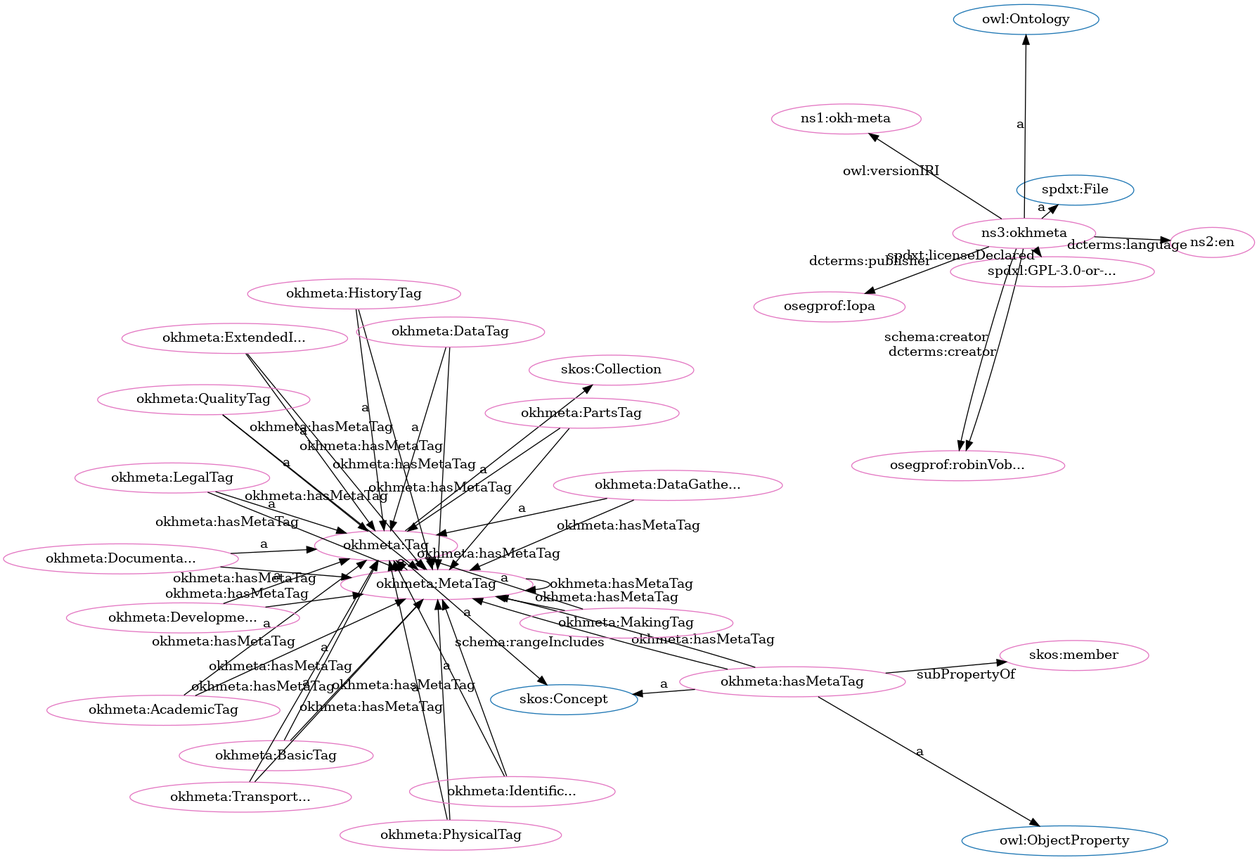
The Graphviz diagram src/spec/fdp_okh-meta.png in iop-alliance/OpenKnowHow, before a commit. Its source is kept beside it as src/spec/fdp_okh-meta.dot.
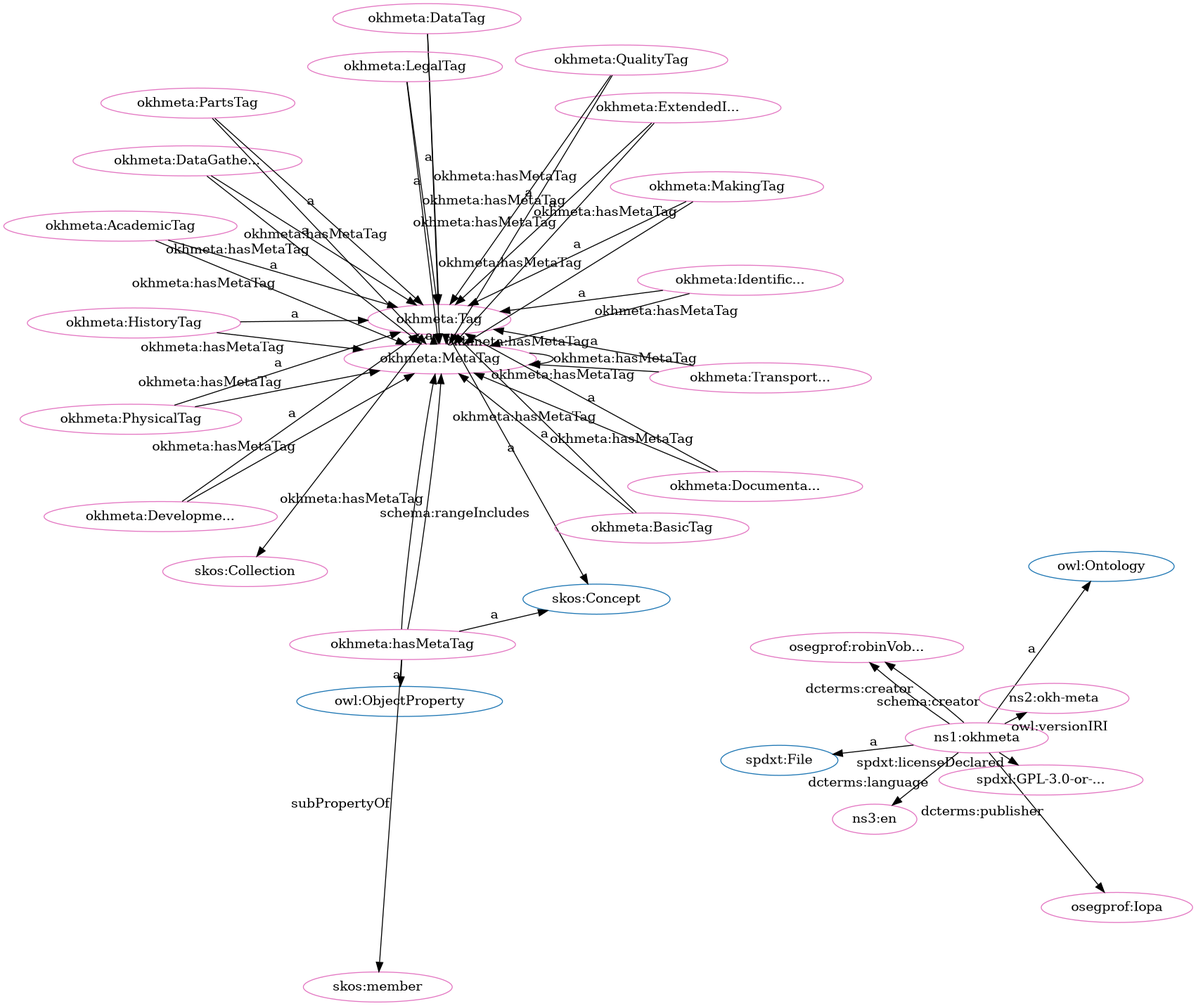
The same diagram one commit later.

Change to the diagram source:
```diff
@@ -1,85 +1,85 @@
 digraph G {
   rankdir=BT
   node[height=.3]
+"http://www.w3.org/2004/02/skos/core#Collection" [fillcolor="#1f77b4" color="#1f77b4" label="skos:Collection"]
+"https://w3id.org/oseg/ont/okhmeta#MetaTag" [fillcolor="#1f77b4" color="#1f77b4" label="okhmeta:MetaTag"]
+"http://www.w3.org/2004/02/skos/core#Concept" [fillcolor="#1f77b4" color="#1f77b4" label="skos:Concept"]
+"https://w3id.org/oseg/ont/okhmeta#Tag" [fillcolor="#1f77b4" color="#1f77b4" label="okhmeta:Tag"]
+"http://spdx.org/rdf/terms#File" [fillcolor="#1f77b4" color="#1f77b4" label="spdxt:File"]
 "http://www.w3.org/2002/07/owl#Ontology" [fillcolor="#1f77b4" color="#1f77b4" label="owl:Ontology"]
-"https://w3id.org/oseg/ont/okhmeta#MetaTag" [fillcolor="#1f77b4" color="#1f77b4" label="okhmeta:MetaTag"]
-"http://www.w3.org/2004/02/skos/core#Collection" [fillcolor="#1f77b4" color="#1f77b4" label="skos:Collection"]
 "http://www.w3.org/2002/07/owl#ObjectProperty" [fillcolor="#1f77b4" color="#1f77b4" label="owl:ObjectProperty"]
-"http://www.w3.org/2004/02/skos/core#Concept" [fillcolor="#1f77b4" color="#1f77b4" label="skos:Concept"]
-"http://spdx.org/rdf/terms#File" [fillcolor="#1f77b4" color="#1f77b4" label="spdxt:File"]
-"https://w3id.org/oseg/ont/okhmeta#Tag" [fillcolor="#1f77b4" color="#1f77b4" label="okhmeta:Tag"]
+"https://w3id.org/oseg/ont/okhmeta#ExtendedInfoTag" [fillcolor="#e377c2" color="#e377c2" label="okhmeta:ExtendedI..."]
+"https://w3id.org/oseg/ont/okhmeta#DevelopmentTag" [fillcolor="#e377c2" color="#e377c2" label="okhmeta:Developme..."]
+"https://w3id.org/oseg/ont/okhmeta#hasMetaTag" [fillcolor="#e377c2" color="#e377c2" label="okhmeta:hasMetaTag"]
 "https://w3id.org/oseg/ont/okhmeta#MetaTag" [fillcolor="#e377c2" color="#e377c2" label="okhmeta:MetaTag"]
+"https://w3id.org/oseg/ont/okhmeta#DataGatheringTag" [fillcolor="#e377c2" color="#e377c2" label="okhmeta:DataGathe..."]
+"http://www.w3.org/2004/02/skos/core#Collection" [fillcolor="#e377c2" color="#e377c2" label="skos:Collection"]
+"https://w3id.org/oseg/ont/okhmeta#DocumentationTag" [fillcolor="#e377c2" color="#e377c2" label="okhmeta:Documenta..."]
+"https://w3id.org/oseg/ont/okhmeta#HistoryTag" [fillcolor="#e377c2" color="#e377c2" label="okhmeta:HistoryTag"]
+"https://w3id.org/oseg/ont/okhmeta" [fillcolor="#e377c2" color="#e377c2" label="ns1:okhmeta"]
+"http://www.w3.org/2004/02/skos/core#member" [fillcolor="#e377c2" color="#e377c2" label="skos:member"]
+"https://w3id.org/oseg/ont/oseg-profiles#robinVobruba" [fillcolor="#e377c2" color="#e377c2" label="osegprof:robinVob..."]
+"https://w3id.org/oseg/ont/okhmeta#TransportationTag" [fillcolor="#e377c2" color="#e377c2" label="okhmeta:Transport..."]
+"https://w3id.org/oseg/ont/okhmeta#Tag" [fillcolor="#e377c2" color="#e377c2" label="okhmeta:Tag"]
 "https://w3id.org/oseg/ont/oseg-profiles#Iopa" [fillcolor="#e377c2" color="#e377c2" label="osegprof:Iopa"]
-"http://www.w3.org/2004/02/skos/core#member" [fillcolor="#e377c2" color="#e377c2" label="skos:member"]
+"https://w3id.org/oseg/ont/okhmeta#PartsTag" [fillcolor="#e377c2" color="#e377c2" label="okhmeta:PartsTag"]
+"https://w3id.org/oseg/ont/okhmeta#IdentificationTag" [fillcolor="#e377c2" color="#e377c2" label="okhmeta:Identific..."]
+"https://w3id.org/oseg/ont/1.1.0/okh-meta" [fillcolor="#e377c2" color="#e377c2" label="ns2:okh-meta"]
+"https://w3id.org/oseg/ont/okhmeta#DataTag" [fillcolor="#e377c2" color="#e377c2" label="okhmeta:DataTag"]
+"http://id.loc.gov/vocabulary/iso639-1/en" [fillcolor="#e377c2" color="#e377c2" label="ns3:en"]
 "https://w3id.org/oseg/ont/okhmeta#BasicTag" [fillcolor="#e377c2" color="#e377c2" label="okhmeta:BasicTag"]
-"https://w3id.org/oseg/ont/okhmeta#DataGatheringTag" [fillcolor="#e377c2" color="#e377c2" label="okhmeta:DataGathe..."]
-"https://w3id.org/oseg/ont/okhmeta#HistoryTag" [fillcolor="#e377c2" color="#e377c2" label="okhmeta:HistoryTag"]
-"https://w3id.org/oseg/ont/okhmeta#hasMetaTag" [fillcolor="#e377c2" color="#e377c2" label="okhmeta:hasMetaTag"]
+"https://spdx.org/licenses/GPL-3.0-or-later" [fillcolor="#e377c2" color="#e377c2" label="spdxl:GPL-3.0-or-..."]
+"https://w3id.org/oseg/ont/okhmeta#MakingTag" [fillcolor="#e377c2" color="#e377c2" label="okhmeta:MakingTag"]
+"https://w3id.org/oseg/ont/okhmeta#LegalTag" [fillcolor="#e377c2" color="#e377c2" label="okhmeta:LegalTag"]
 "https://w3id.org/oseg/ont/okhmeta#AcademicTag" [fillcolor="#e377c2" color="#e377c2" label="okhmeta:AcademicTag"]
-"https://w3id.org/oseg/ont/1.1.0/okh-meta" [fillcolor="#e377c2" color="#e377c2" label="ns1:okh-meta"]
-"http://id.loc.gov/vocabulary/iso639-1/en" [fillcolor="#e377c2" color="#e377c2" label="ns2:en"]
-"https://w3id.org/oseg/ont/okhmeta#Tag" [fillcolor="#e377c2" color="#e377c2" label="okhmeta:Tag"]
-"https://w3id.org/oseg/ont/okhmeta#DocumentationTag" [fillcolor="#e377c2" color="#e377c2" label="okhmeta:Documenta..."]
-"https://w3id.org/oseg/ont/okhmeta#DevelopmentTag" [fillcolor="#e377c2" color="#e377c2" label="okhmeta:Developme..."]
-"https://w3id.org/oseg/ont/okhmeta#MakingTag" [fillcolor="#e377c2" color="#e377c2" label="okhmeta:MakingTag"]
-"https://w3id.org/oseg/ont/okhmeta#DataTag" [fillcolor="#e377c2" color="#e377c2" label="okhmeta:DataTag"]
-"https://w3id.org/oseg/ont/okhmeta#PartsTag" [fillcolor="#e377c2" color="#e377c2" label="okhmeta:PartsTag"]
-"http://www.w3.org/2004/02/skos/core#Collection" [fillcolor="#e377c2" color="#e377c2" label="skos:Collection"]
-"https://w3id.org/oseg/ont/okhmeta" [fillcolor="#e377c2" color="#e377c2" label="ns3:okhmeta"]
-"https://w3id.org/oseg/ont/okhmeta#TransportationTag" [fillcolor="#e377c2" color="#e377c2" label="okhmeta:Transport..."]
-"https://w3id.org/oseg/ont/oseg-profiles#robinVobruba" [fillcolor="#e377c2" color="#e377c2" label="osegprof:robinVob..."]
-"https://w3id.org/oseg/ont/okhmeta#ExtendedInfoTag" [fillcolor="#e377c2" color="#e377c2" label="okhmeta:ExtendedI..."]
+"https://w3id.org/oseg/ont/okhmeta#PhysicalTag" [fillcolor="#e377c2" color="#e377c2" label="okhmeta:PhysicalTag"]
 "https://w3id.org/oseg/ont/okhmeta#QualityTag" [fillcolor="#e377c2" color="#e377c2" label="okhmeta:QualityTag"]
-"https://w3id.org/oseg/ont/okhmeta#LegalTag" [fillcolor="#e377c2" color="#e377c2" label="okhmeta:LegalTag"]
-"https://w3id.org/oseg/ont/okhmeta#PhysicalTag" [fillcolor="#e377c2" color="#e377c2" label="okhmeta:PhysicalTag"]
-"https://spdx.org/licenses/GPL-3.0-or-later" [fillcolor="#e377c2" color="#e377c2" label="spdxl:GPL-3.0-or-..."]
-"https://w3id.org/oseg/ont/okhmeta#IdentificationTag" [fillcolor="#e377c2" color="#e377c2" label="okhmeta:Identific..."]
+  "https://w3id.org/oseg/ont/okhmeta#ExtendedInfoTag" -> "https://w3id.org/oseg/ont/okhmeta#MetaTag" [label="okhmeta:hasMetaTag"]
+  "https://w3id.org/oseg/ont/okhmeta#DataGatheringTag" -> "https://w3id.org/oseg/ont/okhmeta#Tag" [label="a"]
+  "https://w3id.org/oseg/ont/okhmeta#Tag" -> "http://www.w3.org/2004/02/skos/core#Collection" [label=""]
+  "https://w3id.org/oseg/ont/okhmeta#DataTag" -> "https://w3id.org/oseg/ont/okhmeta#MetaTag" [label="okhmeta:hasMetaTag"]
+  "https://w3id.org/oseg/ont/okhmeta#DocumentationTag" -> "https://w3id.org/oseg/ont/okhmeta#MetaTag" [label="okhmeta:hasMetaTag"]
+  "https://w3id.org/oseg/ont/okhmeta" -> "http://www.w3.org/2002/07/owl#Ontology" [label="a"]
+  "https://w3id.org/oseg/ont/okhmeta#HistoryTag" -> "https://w3id.org/oseg/ont/okhmeta#MetaTag" [label="okhmeta:hasMetaTag"]
+  "https://w3id.org/oseg/ont/okhmeta#hasMetaTag" -> "http://www.w3.org/2004/02/skos/core#member" [label="subPropertyOf"]
+  "https://w3id.org/oseg/ont/okhmeta#TransportationTag" -> "https://w3id.org/oseg/ont/okhmeta#Tag" [label="a"]
+  "https://w3id.org/oseg/ont/okhmeta" -> "https://w3id.org/oseg/ont/oseg-profiles#Iopa" [label="dcterms:publisher"]
+  "https://w3id.org/oseg/ont/okhmeta#LegalTag" -> "https://w3id.org/oseg/ont/okhmeta#MetaTag" [label="okhmeta:hasMetaTag"]
+  "https://w3id.org/oseg/ont/okhmeta#PartsTag" -> "https://w3id.org/oseg/ont/okhmeta#Tag" [label="a"]
+  "https://w3id.org/oseg/ont/okhmeta#DevelopmentTag" -> "https://w3id.org/oseg/ont/okhmeta#MetaTag" [label="okhmeta:hasMetaTag"]
+  "https://w3id.org/oseg/ont/okhmeta#BasicTag" -> "https://w3id.org/oseg/ont/okhmeta#Tag" [label="a"]
+  "https://w3id.org/oseg/ont/okhmeta" -> "https://spdx.org/licenses/GPL-3.0-or-later" [label="spdxt:licenseDeclared"]
+  "https://w3id.org/oseg/ont/okhmeta" -> "http://spdx.org/rdf/terms#File" [label="a"]
   "https://w3id.org/oseg/ont/okhmeta#hasMetaTag" -> "https://w3id.org/oseg/ont/okhmeta#MetaTag" [label="schema:rangeIncludes"]
-  "https://w3id.org/oseg/ont/okhmeta#HistoryTag" -> "https://w3id.org/oseg/ont/okhmeta#MetaTag" [label="okhmeta:hasMetaTag"]
-  "https://w3id.org/oseg/ont/okhmeta" -> "https://w3id.org/oseg/ont/oseg-profiles#Iopa" [label="dcterms:publisher"]
-  "https://w3id.org/oseg/ont/okhmeta#hasMetaTag" -> "http://www.w3.org/2004/02/skos/core#member" [label="subPropertyOf"]
-  "https://w3id.org/oseg/ont/okhmeta#BasicTag" -> "https://w3id.org/oseg/ont/okhmeta#Tag" [label="a"]
   "https://w3id.org/oseg/ont/okhmeta#TransportationTag" -> "https://w3id.org/oseg/ont/okhmeta#MetaTag" [label="okhmeta:hasMetaTag"]
-  "https://w3id.org/oseg/ont/okhmeta#DocumentationTag" -> "https://w3id.org/oseg/ont/okhmeta#MetaTag" [label="okhmeta:hasMetaTag"]
+  "https://w3id.org/oseg/ont/okhmeta#AcademicTag" -> "https://w3id.org/oseg/ont/okhmeta#Tag" [label="a"]
+  "https://w3id.org/oseg/ont/okhmeta#PhysicalTag" -> "https://w3id.org/oseg/ont/okhmeta#Tag" [label="a"]
+  "https://w3id.org/oseg/ont/okhmeta#Tag" -> "https://w3id.org/oseg/ont/okhmeta#MetaTag" [label="okhmeta:hasMetaTag"]
+  "https://w3id.org/oseg/ont/okhmeta#ExtendedInfoTag" -> "https://w3id.org/oseg/ont/okhmeta#Tag" [label="a"]
+  "https://w3id.org/oseg/ont/okhmeta#DevelopmentTag" -> "https://w3id.org/oseg/ont/okhmeta#Tag" [label="a"]
+  "https://w3id.org/oseg/ont/okhmeta#hasMetaTag" -> "http://www.w3.org/2002/07/owl#ObjectProperty" [label="a"]
+  "https://w3id.org/oseg/ont/okhmeta#hasMetaTag" -> "https://w3id.org/oseg/ont/okhmeta#MetaTag" [label="okhmeta:hasMetaTag"]
+  "https://w3id.org/oseg/ont/okhmeta#DocumentationTag" -> "https://w3id.org/oseg/ont/okhmeta#Tag" [label="a"]
+  "https://w3id.org/oseg/ont/okhmeta#HistoryTag" -> "https://w3id.org/oseg/ont/okhmeta#Tag" [label="a"]
+  "https://w3id.org/oseg/ont/okhmeta#PartsTag" -> "https://w3id.org/oseg/ont/okhmeta#MetaTag" [label="okhmeta:hasMetaTag"]
+  "https://w3id.org/oseg/ont/okhmeta#IdentificationTag" -> "https://w3id.org/oseg/ont/okhmeta#MetaTag" [label="okhmeta:hasMetaTag"]
+  "https://w3id.org/oseg/ont/okhmeta" -> "https://w3id.org/oseg/ont/oseg-profiles#robinVobruba" [label="dcterms:creator"]
+  "https://w3id.org/oseg/ont/okhmeta#Tag" -> "http://www.w3.org/2004/02/skos/core#Concept" [label="a"]
   "https://w3id.org/oseg/ont/okhmeta#MakingTag" -> "https://w3id.org/oseg/ont/okhmeta#MetaTag" [label="okhmeta:hasMetaTag"]
-  "https://w3id.org/oseg/ont/okhmeta#AcademicTag" -> "https://w3id.org/oseg/ont/okhmeta#Tag" [label="a"]
+  "https://w3id.org/oseg/ont/okhmeta#AcademicTag" -> "https://w3id.org/oseg/ont/okhmeta#MetaTag" [label="okhmeta:hasMetaTag"]
+  "https://w3id.org/oseg/ont/okhmeta#hasMetaTag" -> "http://www.w3.org/2004/02/skos/core#Concept" [label="a"]
+  "https://w3id.org/oseg/ont/okhmeta#MetaTag" -> "https://w3id.org/oseg/ont/okhmeta#MetaTag" [label="okhmeta:hasMetaTag"]
+  "https://w3id.org/oseg/ont/okhmeta#PhysicalTag" -> "https://w3id.org/oseg/ont/okhmeta#MetaTag" [label="okhmeta:hasMetaTag"]
+  "https://w3id.org/oseg/ont/okhmeta" -> "https://w3id.org/oseg/ont/oseg-profiles#robinVobruba" [label="schema:creator"]
+  "https://w3id.org/oseg/ont/okhmeta#IdentificationTag" -> "https://w3id.org/oseg/ont/okhmeta#Tag" [label="a"]
+  "https://w3id.org/oseg/ont/okhmeta#QualityTag" -> "https://w3id.org/oseg/ont/okhmeta#MetaTag" [label="okhmeta:hasMetaTag"]
+  "https://w3id.org/oseg/ont/okhmeta" -> "https://w3id.org/oseg/ont/1.1.0/okh-meta" [label="owl:versionIRI"]
+  "https://w3id.org/oseg/ont/okhmeta#DataTag" -> "https://w3id.org/oseg/ont/okhmeta#Tag" [label="a"]
   "https://w3id.org/oseg/ont/okhmeta" -> "http://id.loc.gov/vocabulary/iso639-1/en" [label="dcterms:language"]
-  "https://w3id.org/oseg/ont/okhmeta#ExtendedInfoTag" -> "https://w3id.org/oseg/ont/okhmeta#MetaTag" [label="okhmeta:hasMetaTag"]
-  "https://w3id.org/oseg/ont/okhmeta#DevelopmentTag" -> "https://w3id.org/oseg/ont/okhmeta#Tag" [label="a"]
-  "https://w3id.org/oseg/ont/okhmeta#DataTag" -> "https://w3id.org/oseg/ont/okhmeta#Tag" [label="a"]
-  "https://w3id.org/oseg/ont/okhmeta#PartsTag" -> "https://w3id.org/oseg/ont/okhmeta#Tag" [label="a"]
-  "https://w3id.org/oseg/ont/okhmeta#IdentificationTag" -> "https://w3id.org/oseg/ont/okhmeta#MetaTag" [label="okhmeta:hasMetaTag"]
+  "https://w3id.org/oseg/ont/okhmeta#MakingTag" -> "https://w3id.org/oseg/ont/okhmeta#Tag" [label="a"]
+  "https://w3id.org/oseg/ont/okhmeta#BasicTag" -> "https://w3id.org/oseg/ont/okhmeta#MetaTag" [label="okhmeta:hasMetaTag"]
+  "https://w3id.org/oseg/ont/okhmeta#DataGatheringTag" -> "https://w3id.org/oseg/ont/okhmeta#MetaTag" [label="okhmeta:hasMetaTag"]
+  "https://w3id.org/oseg/ont/okhmeta#LegalTag" -> "https://w3id.org/oseg/ont/okhmeta#Tag" [label="a"]
   "https://w3id.org/oseg/ont/okhmeta#MetaTag" -> "https://w3id.org/oseg/ont/okhmeta#Tag" [label="a"]
-  "https://w3id.org/oseg/ont/okhmeta#DataGatheringTag" -> "https://w3id.org/oseg/ont/okhmeta#MetaTag" [label="okhmeta:hasMetaTag"]
-  "https://w3id.org/oseg/ont/okhmeta#TransportationTag" -> "https://w3id.org/oseg/ont/okhmeta#Tag" [label="a"]
-  "https://w3id.org/oseg/ont/okhmeta" -> "http://spdx.org/rdf/terms#File" [label="a"]
-  "https://w3id.org/oseg/ont/okhmeta#ExtendedInfoTag" -> "https://w3id.org/oseg/ont/okhmeta#Tag" [label="a"]
   "https://w3id.org/oseg/ont/okhmeta#QualityTag" -> "https://w3id.org/oseg/ont/okhmeta#Tag" [label="a"]
-  "https://w3id.org/oseg/ont/okhmeta#LegalTag" -> "https://w3id.org/oseg/ont/okhmeta#Tag" [label="a"]
-  "https://w3id.org/oseg/ont/okhmeta" -> "https://spdx.org/licenses/GPL-3.0-or-later" [label="spdxt:licenseDeclared"]
-  "https://w3id.org/oseg/ont/okhmeta#hasMetaTag" -> "http://www.w3.org/2004/02/skos/core#Concept" [label="a"]
-  "https://w3id.org/oseg/ont/okhmeta#IdentificationTag" -> "https://w3id.org/oseg/ont/okhmeta#Tag" [label="a"]
-  "https://w3id.org/oseg/ont/okhmeta" -> "https://w3id.org/oseg/ont/oseg-profiles#robinVobruba" [label="dcterms:creator"]
-  "https://w3id.org/oseg/ont/okhmeta#DataGatheringTag" -> "https://w3id.org/oseg/ont/okhmeta#Tag" [label="a"]
-  "https://w3id.org/oseg/ont/okhmeta#hasMetaTag" -> "https://w3id.org/oseg/ont/okhmeta#MetaTag" [label="okhmeta:hasMetaTag"]
-  "https://w3id.org/oseg/ont/okhmeta#AcademicTag" -> "https://w3id.org/oseg/ont/okhmeta#MetaTag" [label="okhmeta:hasMetaTag"]
-  "https://w3id.org/oseg/ont/okhmeta#HistoryTag" -> "https://w3id.org/oseg/ont/okhmeta#Tag" [label="a"]
-  "https://w3id.org/oseg/ont/okhmeta#hasMetaTag" -> "http://www.w3.org/2002/07/owl#ObjectProperty" [label="a"]
-  "https://w3id.org/oseg/ont/okhmeta#DevelopmentTag" -> "https://w3id.org/oseg/ont/okhmeta#MetaTag" [label="okhmeta:hasMetaTag"]
-  "https://w3id.org/oseg/ont/okhmeta" -> "https://w3id.org/oseg/ont/1.1.0/okh-meta" [label="owl:versionIRI"]
-  "https://w3id.org/oseg/ont/okhmeta#DataTag" -> "https://w3id.org/oseg/ont/okhmeta#MetaTag" [label="okhmeta:hasMetaTag"]
-  "https://w3id.org/oseg/ont/okhmeta#Tag" -> "http://www.w3.org/2004/02/skos/core#Concept" [label="a"]
-  "https://w3id.org/oseg/ont/okhmeta#DocumentationTag" -> "https://w3id.org/oseg/ont/okhmeta#Tag" [label="a"]
-  "https://w3id.org/oseg/ont/okhmeta#MakingTag" -> "https://w3id.org/oseg/ont/okhmeta#Tag" [label="a"]
-  "https://w3id.org/oseg/ont/okhmeta#PhysicalTag" -> "https://w3id.org/oseg/ont/okhmeta#MetaTag" [label="okhmeta:hasMetaTag"]
-  "https://w3id.org/oseg/ont/okhmeta#MetaTag" -> "https://w3id.org/oseg/ont/okhmeta#MetaTag" [label="okhmeta:hasMetaTag"]
-  "https://w3id.org/oseg/ont/okhmeta#Tag" -> "https://w3id.org/oseg/ont/okhmeta#MetaTag" [label="okhmeta:hasMetaTag"]
-  "https://w3id.org/oseg/ont/okhmeta#Tag" -> "http://www.w3.org/2004/02/skos/core#Collection" [label=""]
-  "https://w3id.org/oseg/ont/okhmeta#BasicTag" -> "https://w3id.org/oseg/ont/okhmeta#MetaTag" [label="okhmeta:hasMetaTag"]
-  "https://w3id.org/oseg/ont/okhmeta" -> "http://www.w3.org/2002/07/owl#Ontology" [label="a"]
-  "https://w3id.org/oseg/ont/okhmeta#QualityTag" -> "https://w3id.org/oseg/ont/okhmeta#MetaTag" [label="okhmeta:hasMetaTag"]
-  "https://w3id.org/oseg/ont/okhmeta#LegalTag" -> "https://w3id.org/oseg/ont/okhmeta#MetaTag" [label="okhmeta:hasMetaTag"]
-  "https://w3id.org/oseg/ont/okhmeta" -> "https://w3id.org/oseg/ont/oseg-profiles#robinVobruba" [label="schema:creator"]
-  "https://w3id.org/oseg/ont/okhmeta#PartsTag" -> "https://w3id.org/oseg/ont/okhmeta#MetaTag" [label="okhmeta:hasMetaTag"]
-  "https://w3id.org/oseg/ont/okhmeta#PhysicalTag" -> "https://w3id.org/oseg/ont/okhmeta#Tag" [label="a"]
 }
```
